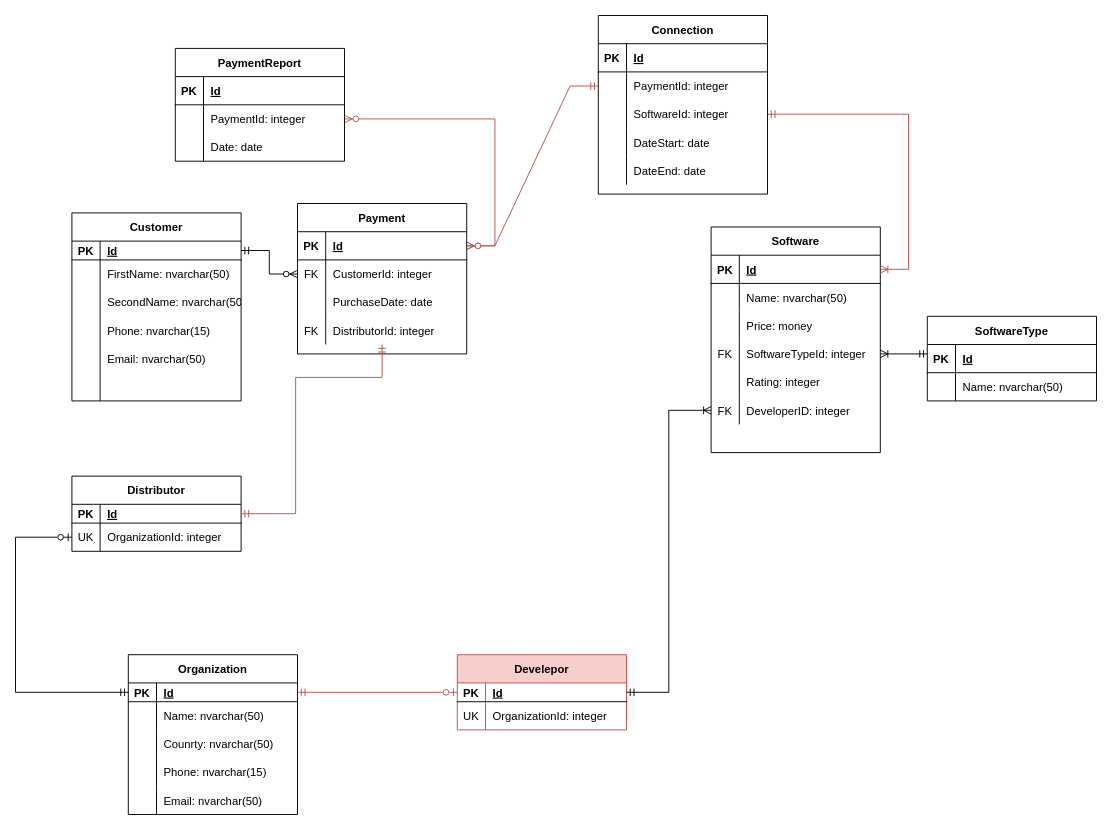
Above: ER_Diagr.drawio in NikitaGusevZ/FirstRepository (draw.io), before the change. Source tidied: cells renumbered, new cells numbered last; positions are measured from the earlier drawing's top-left corner, leaving out a move shared by most shapes. Both pictures are drawn from the tidied source at 94%, with x=0, y=0 at pixel (15, 15).
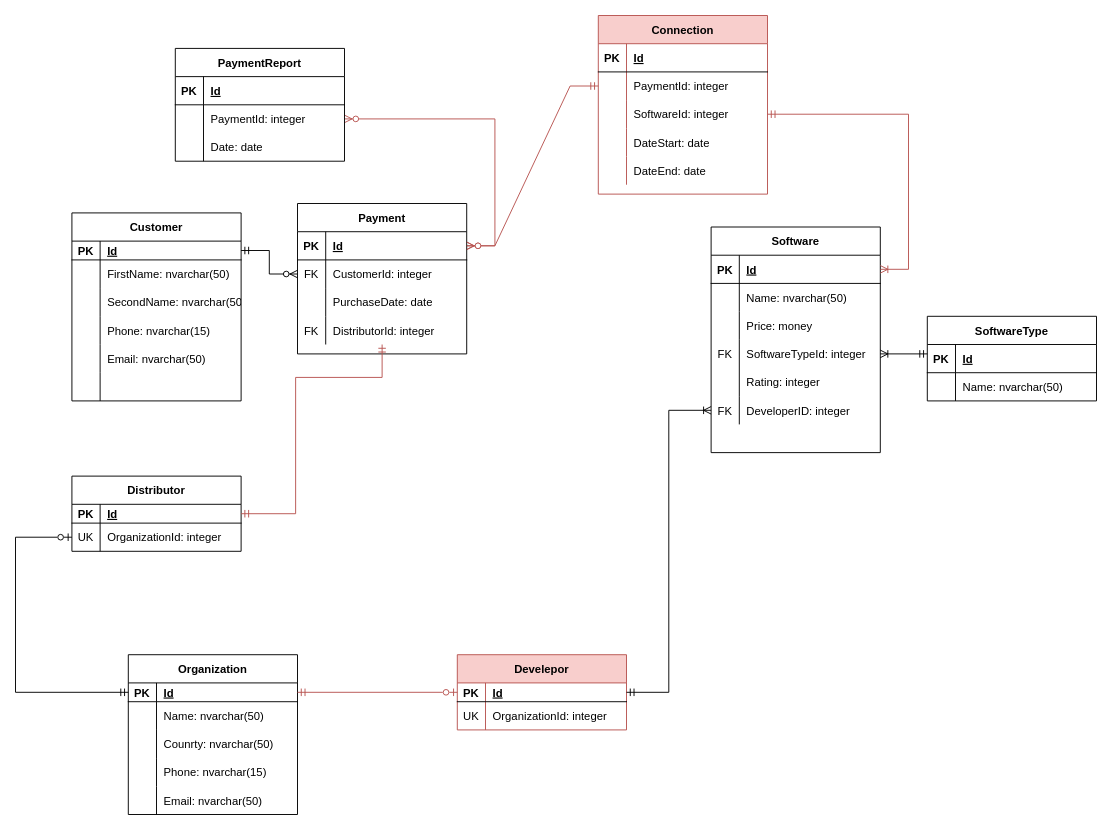
Above is the later version.

Diff of the diagram source:
```diff
@@
-    <mxCell id="107" value="Connection" style="shape=table;startSize=30;childLayout=tableLayout;rowLines=0;fontStyle=1;align=center;" parent="1" vertex="1">
+    <mxCell id="107" value="Connection" style="shape=table;startSize=30;childLayout=tableLayout;rowLines=0;fontStyle=1;align=center;fillColor=#f8cecc;strokeColor=#b85450;" parent="1" vertex="1">
       <mxGeometry x="620" width="180" height="190" as="geometry" />
     </mxCell>
```
